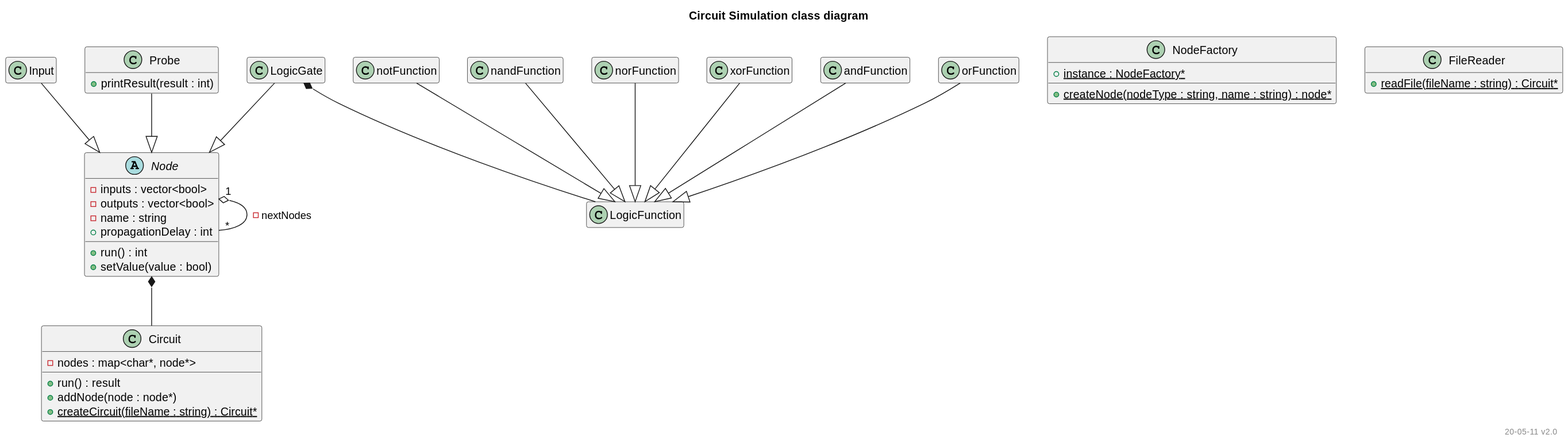
Above: out/documentation/ClassDiagram/classDiagram.svg in JeeJay23/DEPA_eindopdr (PlantUML), before the change. The source it was exported from:
```plantuml
@startuml classDiagram

title Circuit Simulation class diagram
right footer "20-05-11 v2.0"

hide empty members

class logicGate as "LogicGate" {
}

abstract class node as "Node" {
    - inputs : vector<bool>
    - outputs : vector<bool>
    - name : string
    + propagationDelay : int
    + run() : int
    + setValue(value : bool)
}

class logicFunction as "LogicFunction" {

}

class circuit as "Circuit" {
    - nodes : map<char*, node*>

    + run() : result
    + addNode(node : node*)
    + {static} createCircuit(fileName : string) : Circuit*
}

class input as "Input" {
}
class probe as "Probe" {
    + printResult(result : int)
}

class nodeFactory as "NodeFactory" {
    + {static} instance : NodeFactory*
    + {static} createNode(nodeType : string, name : string) : node*
}

class fileReader as "FileReader" {
    + {static} readFile(fileName : string) : Circuit*
}

node *-- circuit
node "1" o-- "*" node : - nextNodes

input --|> node
probe --|> node
logicGate --|> node

logicGate *-- logicFunction

andFunction --|> logicFunction
orFunction --|> logicFunction
notFunction --|> logicFunction
nandFunction --|> logicFunction
norFunction --|> logicFunction
xorFunction --|> logicFunction

@enduml
```
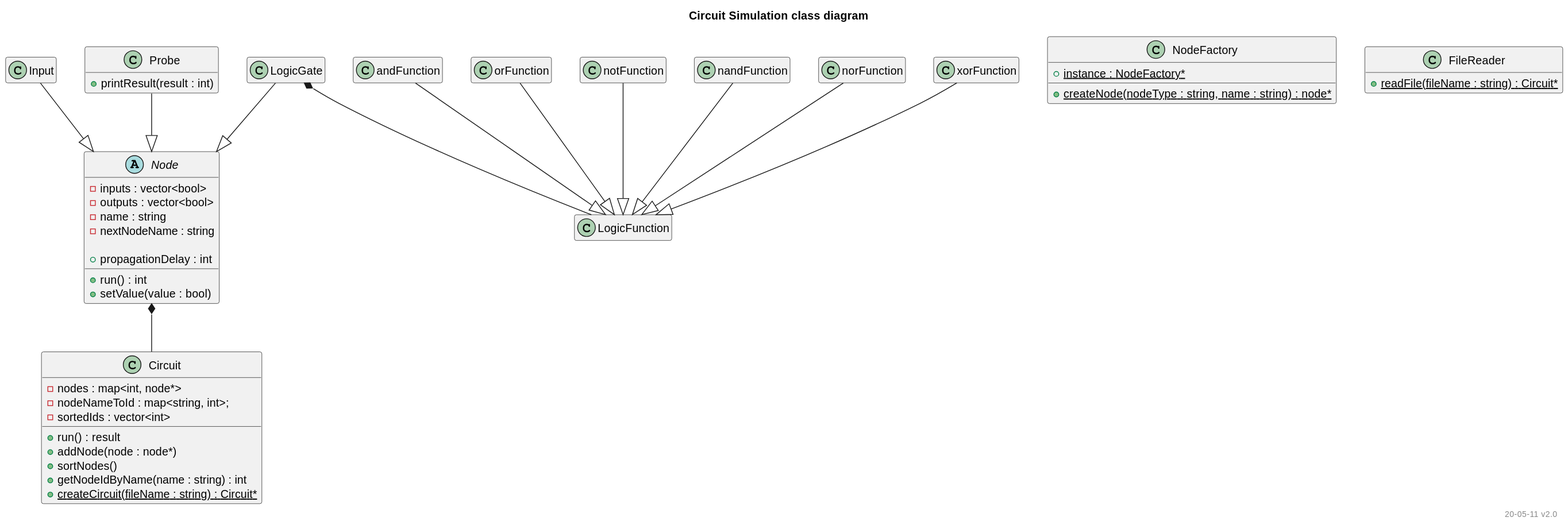
Above is the later version.

The edit, as a diff of the source:
```diff
@@ -12,6 +12,8 @@
     - inputs : vector<bool>
     - outputs : vector<bool>
     - name : string
+    - nextNodeName : string
+
     + propagationDelay : int
     + run() : int
     + setValue(value : bool)
@@ -22,10 +24,14 @@
 }
 
 class circuit as "Circuit" {
-    - nodes : map<char*, node*>
+    - nodes : map<int, node*>
+    - nodeNameToId : map<string, int>;
+    - sortedIds : vector<int>
 
     + run() : result
     + addNode(node : node*)
+    + sortNodes()
+    + getNodeIdByName(name : string) : int
     + {static} createCircuit(fileName : string) : Circuit*
 }
 
@@ -45,7 +51,6 @@
 }
 
 node *-- circuit
-node "1" o-- "*" node : - nextNodes
 
 input --|> node
 probe --|> node
```
